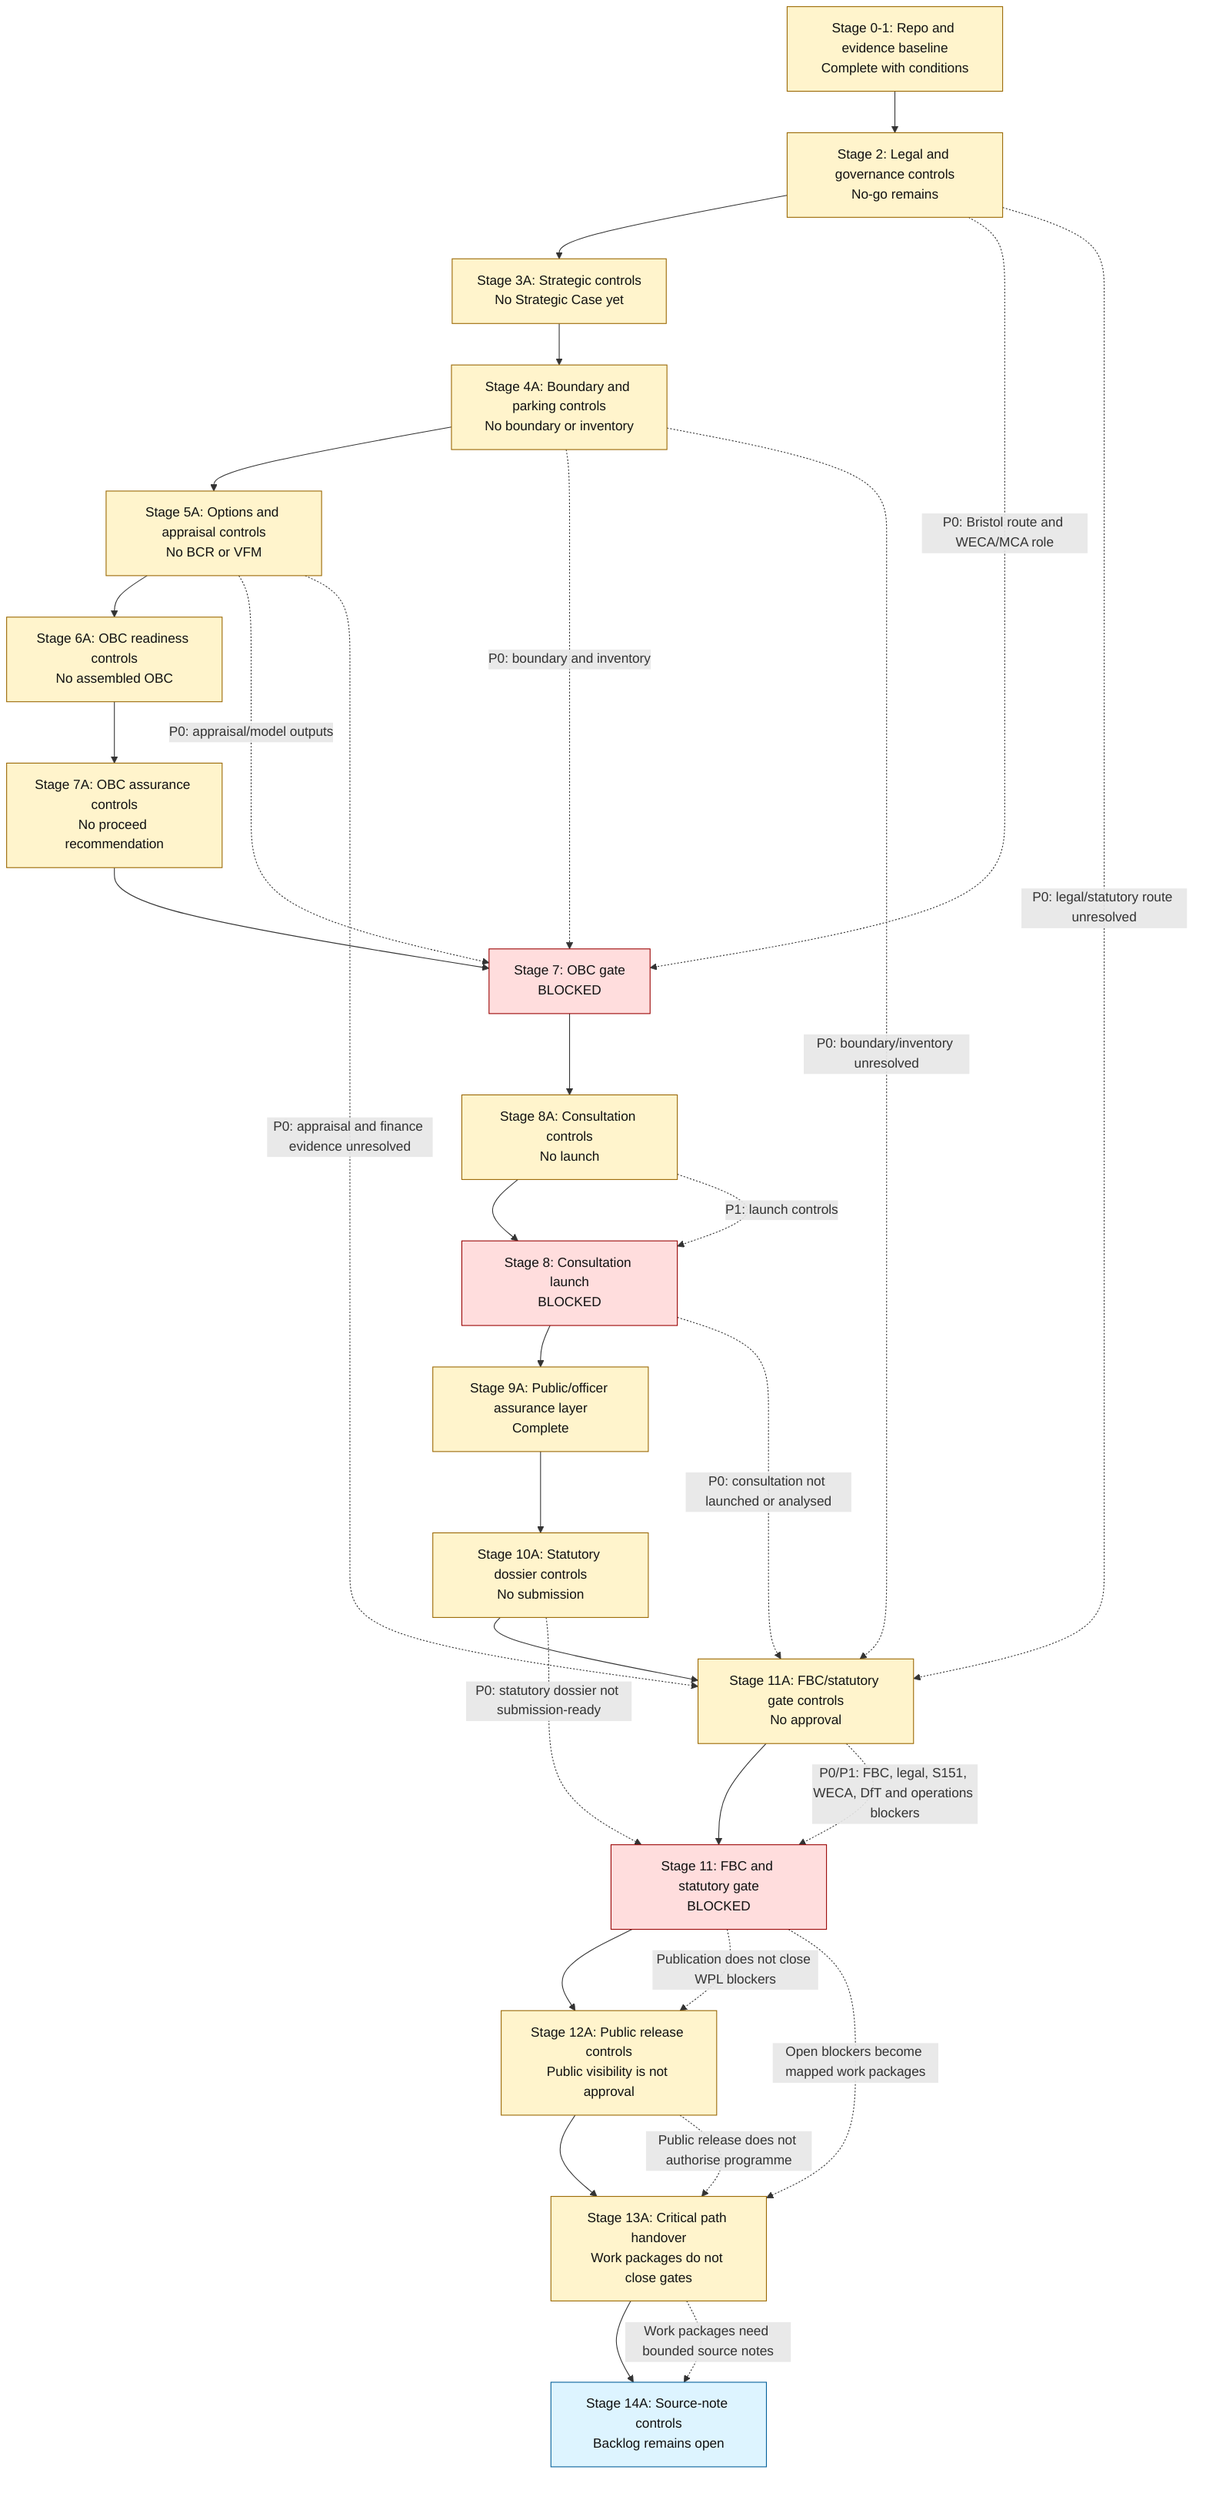
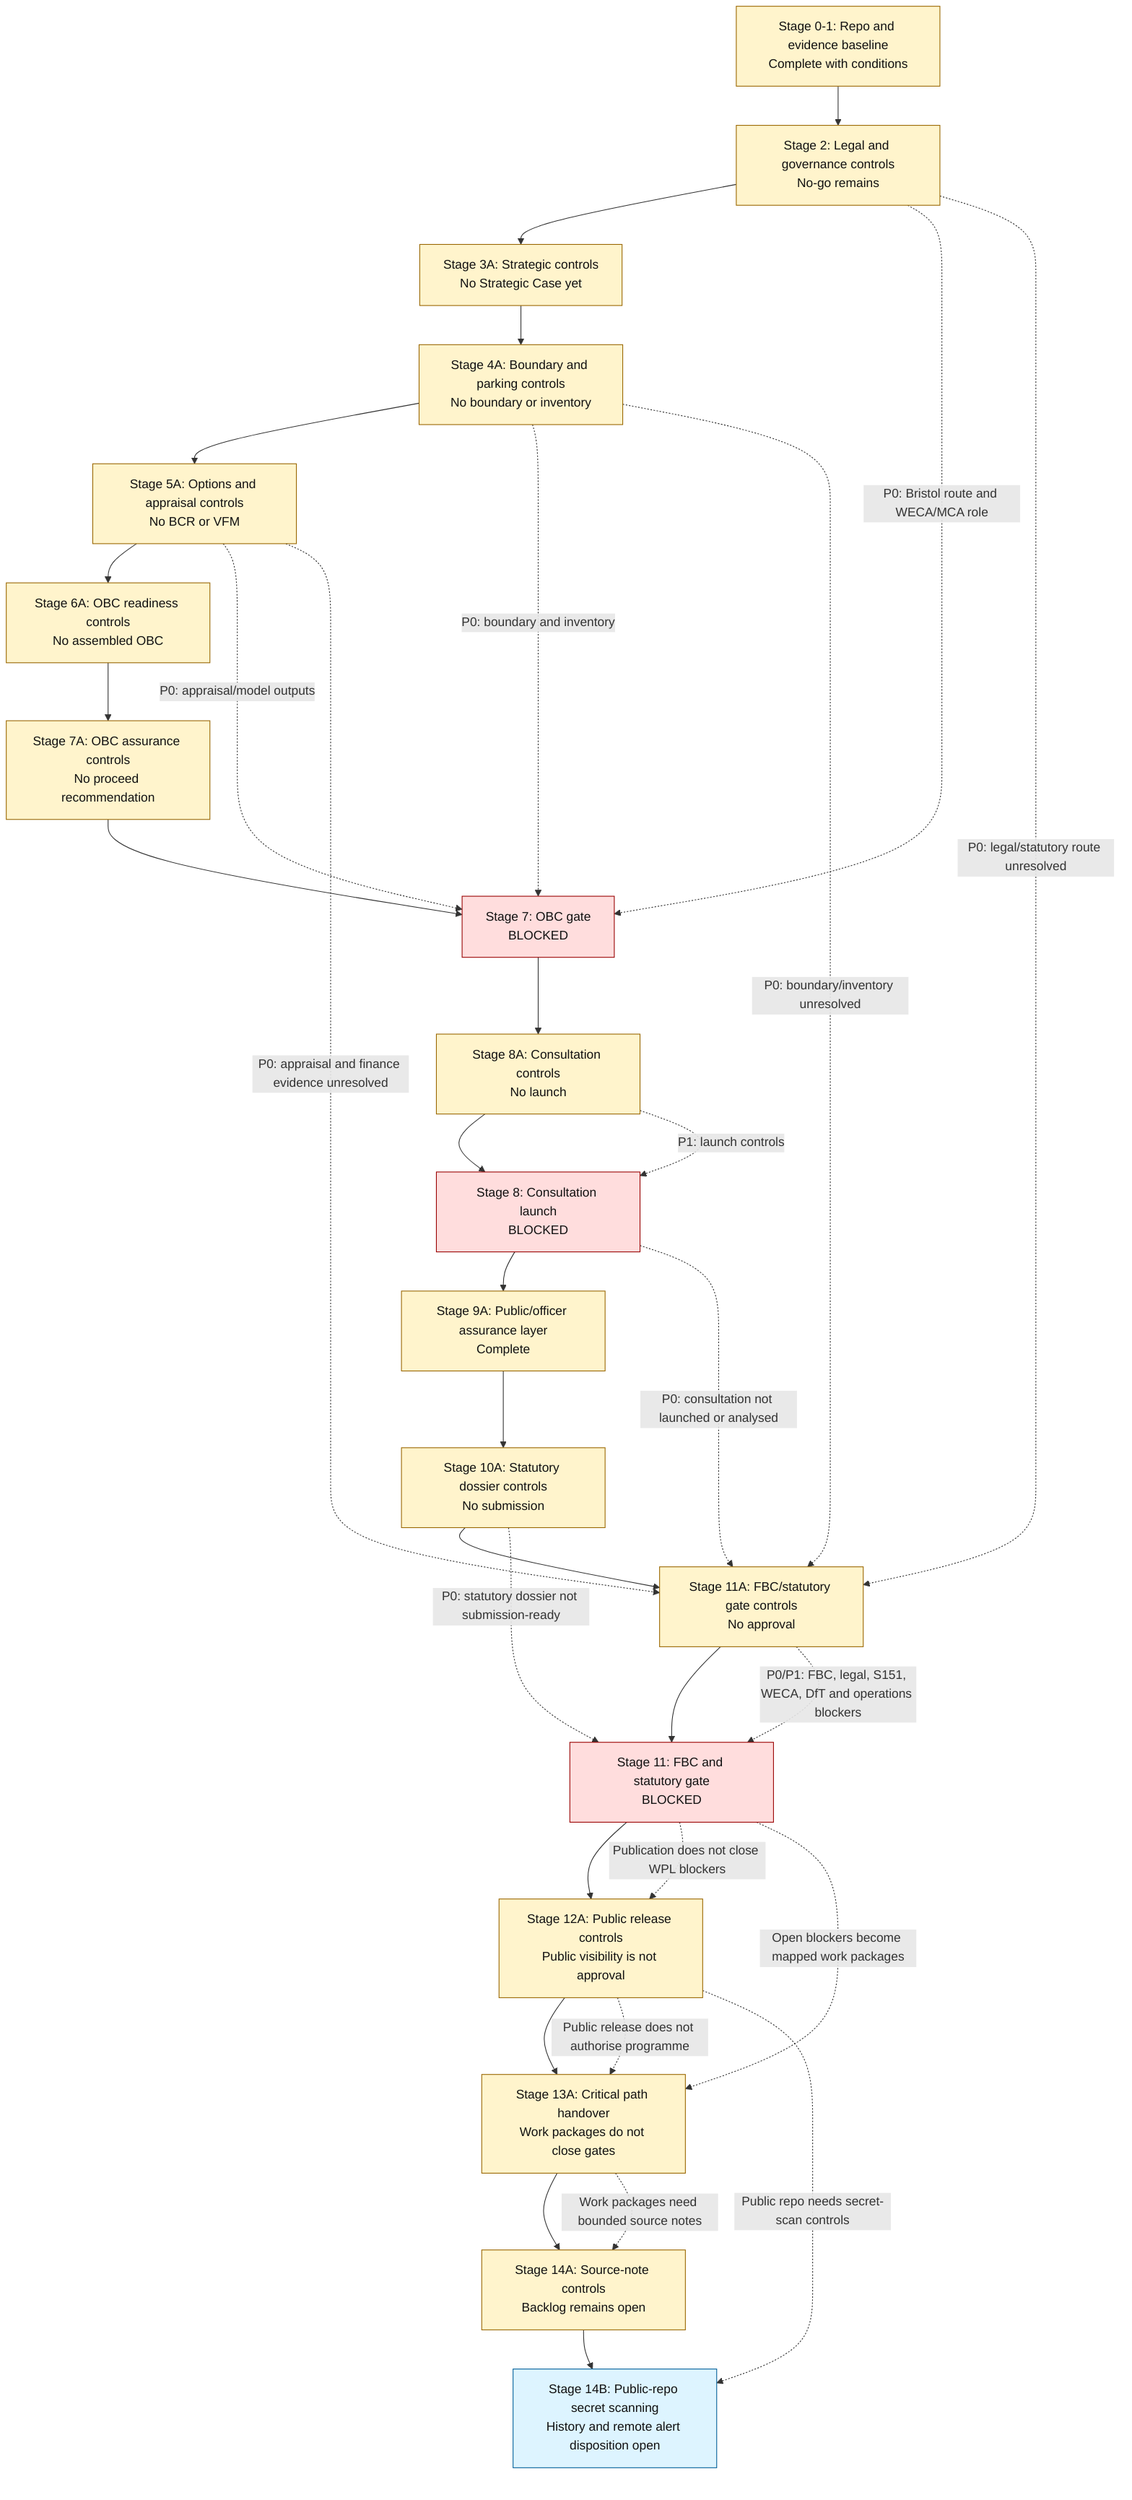
flowchart TD
    A["Stage 0-1: Repo and evidence baseline<br/>Complete with conditions"] --> B["Stage 2: Legal and governance controls<br/>No-go remains"]
    B --> C["Stage 3A: Strategic controls<br/>No Strategic Case yet"]
    C --> D["Stage 4A: Boundary and parking controls<br/>No boundary or inventory"]
    D --> E["Stage 5A: Options and appraisal controls<br/>No BCR or VFM"]
    E --> F["Stage 6A: OBC readiness controls<br/>No assembled OBC"]
    F --> F2["Stage 7A: OBC assurance controls<br/>No proceed recommendation"]
    F2 --> G["Stage 7: OBC gate<br/>BLOCKED"]
    G --> H["Stage 8A: Consultation controls<br/>No launch"]
    H --> I["Stage 8: Consultation launch<br/>BLOCKED"]
    I --> J["Stage 9A: Public/officer assurance layer<br/>Complete"]
    J --> J2["Stage 10A: Statutory dossier controls<br/>No submission"]
    J2 --> K2["Stage 11A: FBC/statutory gate controls<br/>No approval"]
    K2 --> K["Stage 11: FBC and statutory gate<br/>BLOCKED"]
    K --> L["Stage 12A: Public release controls<br/>Public visibility is not approval"]
    L --> M["Stage 13A: Critical path handover<br/>Work packages do not close gates"]
    M --> N["Stage 14A: Source-note controls<br/>Backlog remains open"]
+     N --> O["Stage 14B: Public-repo secret scanning<br/>History and remote alert disposition open"]

    B -. "P0: Bristol route and WECA/MCA role" .-> G
    D -. "P0: boundary and inventory" .-> G
    E -. "P0: appraisal/model outputs" .-> G
    H -. "P1: launch controls" .-> I
    B -. "P0: legal/statutory route unresolved" .-> K2
    D -. "P0: boundary/inventory unresolved" .-> K2
    E -. "P0: appraisal and finance evidence unresolved" .-> K2
    I -. "P0: consultation not launched or analysed" .-> K2
    J2 -. "P0: statutory dossier not submission-ready" .-> K
    K2 -. "P0/P1: FBC, legal, S151, WECA, DfT and operations blockers" .-> K
    K -. "Publication does not close WPL blockers" .-> L
    K -. "Open blockers become mapped work packages" .-> M
    L -. "Public release does not authorise programme" .-> M
    M -. "Work packages need bounded source notes" .-> N
+     L -. "Public repo needs secret-scan controls" .-> O

    classDef blocked fill:#ffdddd,stroke:#990000,color:#111111;
    classDef control fill:#fff4cc,stroke:#996600,color:#111111;
    classDef current fill:#ddf4ff,stroke:#005f99,color:#111111;

    class G,I,K blocked;
-     class A,B,C,D,E,F,F2,H,J,J2,K2,L,M control;
-     class N current;
+     class A,B,C,D,E,F,F2,H,J,J2,K2,L,M,N control;
+     class O current;
